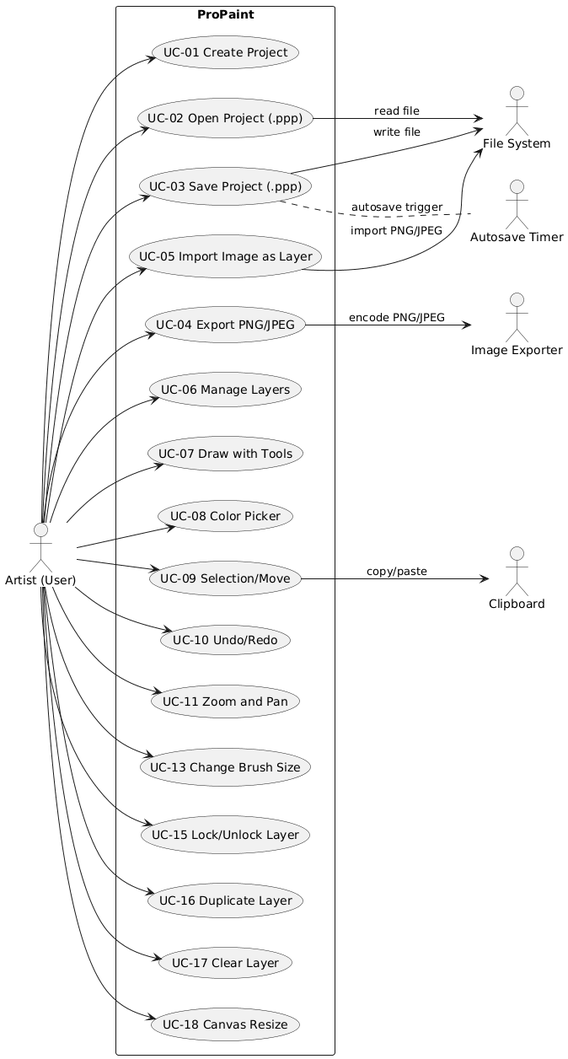
redbeam/pro-pain-t keeps this PlantUML diagram as docs/use-case.png. Above is the earlier version.
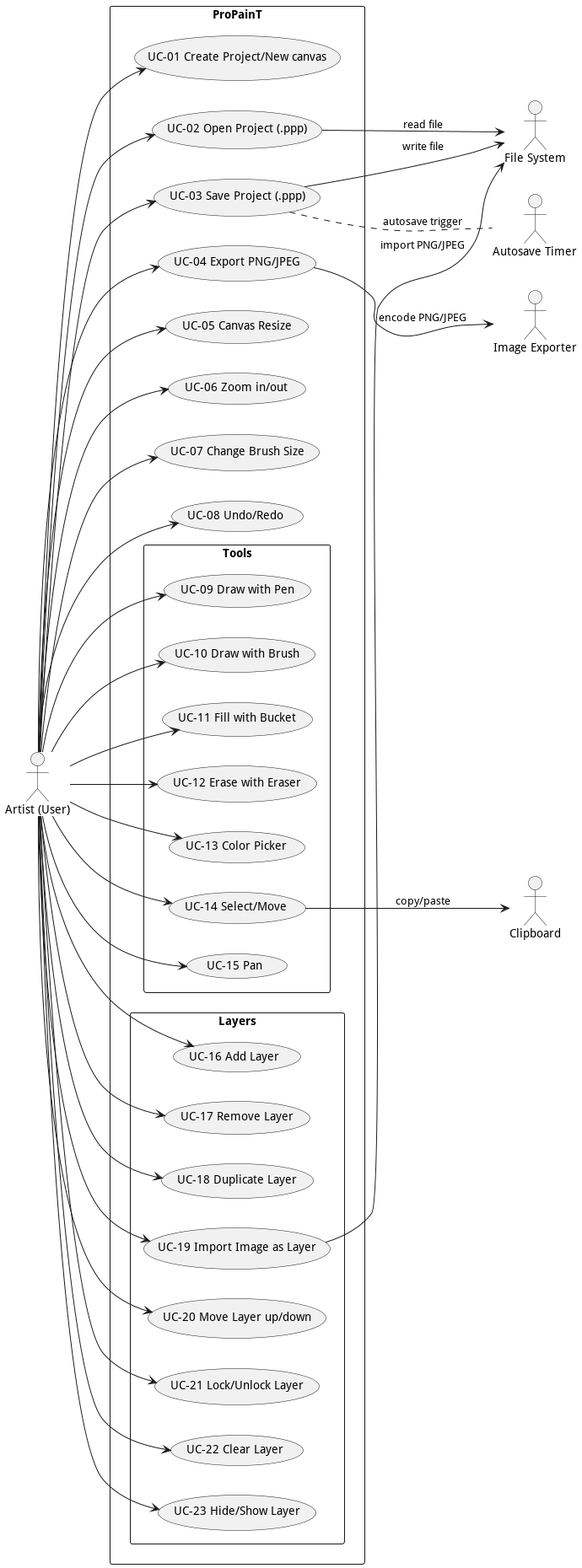
After the change.

Diff of the diagram source:
```diff
@@ -7,23 +7,34 @@
 actor "Autosave Timer" as TIMER
 actor Clipboard as CB
 
-rectangle ProPaint {
-  usecase "UC-01 Create Project" as UC01
+rectangle ProPainT {
+  usecase "UC-01 Create Project/New canvas" as UC01
   usecase "UC-02 Open Project (.ppp)" as UC02
   usecase "UC-03 Save Project (.ppp)" as UC03
   usecase "UC-04 Export PNG/JPEG" as UC04
-  usecase "UC-05 Import Image as Layer" as UC05
-  usecase "UC-06 Manage Layers" as UC06
-  usecase "UC-07 Draw with Tools" as UC07
-  usecase "UC-08 Color Picker" as UC08
-  usecase "UC-09 Selection/Move" as UC09
-  usecase "UC-10 Undo/Redo" as UC10
-  usecase "UC-11 Zoom and Pan" as UC11
-  usecase "UC-13 Change Brush Size" as UC13
-  usecase "UC-15 Lock/Unlock Layer" as UC15
-  usecase "UC-16 Duplicate Layer" as UC16
-  usecase "UC-17 Clear Layer" as UC17
-  usecase "UC-18 Canvas Resize" as UC18
+  usecase "UC-05 Canvas Resize" as UC05
+  usecase "UC-06 Zoom in/out" as UC06
+  usecase "UC-07 Change Brush Size" as UC07
+  usecase "UC-08 Undo/Redo" as UC08
+  rectangle Tools {
+      usecase "UC-09 Draw with Pen" as UC09
+      usecase "UC-10 Draw with Brush" as UC10
+      usecase "UC-11 Fill with Bucket" as UC11
+      usecase "UC-12 Erase with Eraser" as UC12
+      usecase "UC-13 Color Picker" as UC13
+      usecase "UC-14 Select/Move" as UC14
+      usecase "UC-15 Pan" as UC15
+  }
+  rectangle Layers {
+      usecase "UC-16 Add Layer" as UC16
+      usecase "UC-17 Remove Layer" as UC17
+      usecase "UC-18 Duplicate Layer" as UC18
+      usecase "UC-19 Import Image as Layer" as UC19
+      usecase "UC-20 Move Layer up/down" as UC20
+      usecase "UC-21 Lock/Unlock Layer" as UC21
+      usecase "UC-22 Clear Layer" as UC22
+      usecase "UC-23 Hide/Show Layer" as UC23
+  }
 }
 
 User --> UC01
@@ -37,16 +48,23 @@
 User --> UC09
 User --> UC10
 User --> UC11
+User --> UC12
 User --> UC13
+User --> UC14
 User --> UC15
 User --> UC16
 User --> UC17
 User --> UC18
+User --> UC19
+User --> UC20
+User --> UC21
+User --> UC22
+User --> UC23
 
 UC02 --> FS : read file
 UC03 --> FS : write file
 UC04 --> EXP : encode PNG/JPEG
-UC05 --> FS : import PNG/JPEG
+UC19 --> FS : import PNG/JPEG
 UC03 .. TIMER : autosave trigger
-UC09 --> CB : copy/paste
+UC14 --> CB : copy/paste
 @enduml
```
